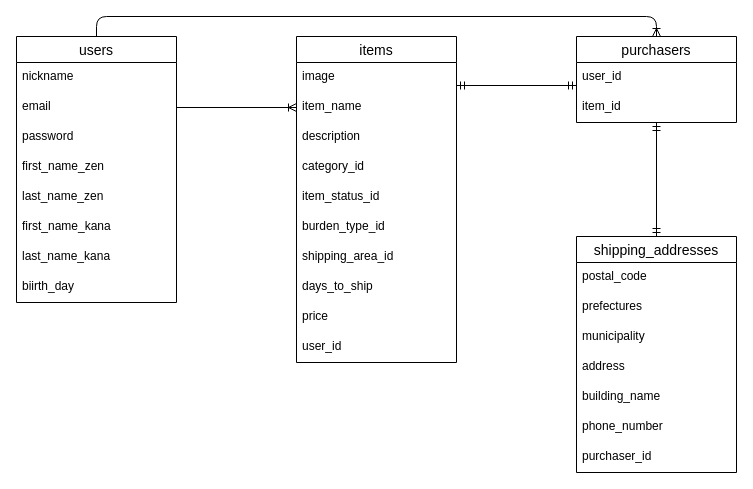
Above: furima.dio in yamazaki-shugo/furima-30544 (draw.io), before the change. Source tidied: cells renumbered, new cells numbered last; positions are measured from the earlier drawing's top-left corner, leaving out a move shared by most shapes. Both pictures are drawn from the tidied source at 100%, with x=0, y=0 at pixel (16, 16).
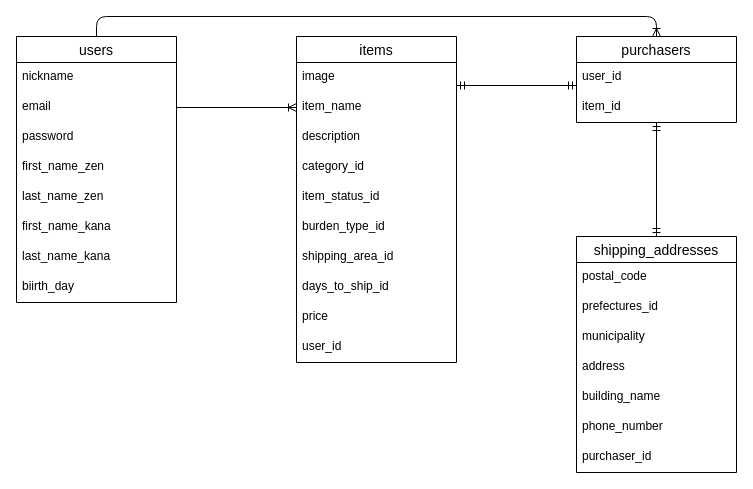
Above is the later version.

The change refers to these unchanged cells:
```xml
<mxCell id="14" value="items" style="swimlane;fontStyle=0;horizontal=1;startSize=26;align=center;fontSize=14;" parent="1" vertex="1">
  <mxGeometry x="280" y="20" width="160" height="326" as="geometry" />
</mxCell>
<mxCell id="28" value="shipping_addresses" style="swimlane;fontStyle=0;horizontal=1;startSize=26;align=center;fontSize=14;" parent="1" vertex="1">
  <mxGeometry x="560" y="220" width="160" height="236" as="geometry" />
</mxCell>
```

Diff of the diagram source:
```diff
@@
-    <mxCell id="22" value="days_to_ship" style="text;strokeColor=none;fillColor=none;spacingLeft=4;spacingRight=4;overflow=hidden;fontSize=12;" parent="14" vertex="1">
+    <mxCell id="22" value="days_to_ship_id" style="text;strokeColor=none;fillColor=none;spacingLeft=4;spacingRight=4;overflow=hidden;fontSize=12;" parent="14" vertex="1">
       <mxGeometry y="236" width="160" height="30" as="geometry" />
     </mxCell>
@@
-    <mxCell id="30" value="prefectures" style="text;strokeColor=none;fillColor=none;spacingLeft=4;spacingRight=4;overflow=hidden;fontSize=12;" parent="28" vertex="1">
+    <mxCell id="30" value="prefectures_id" style="text;strokeColor=none;fillColor=none;spacingLeft=4;spacingRight=4;overflow=hidden;fontSize=12;" parent="28" vertex="1">
       <mxGeometry y="56" width="160" height="30" as="geometry" />
     </mxCell>
```
